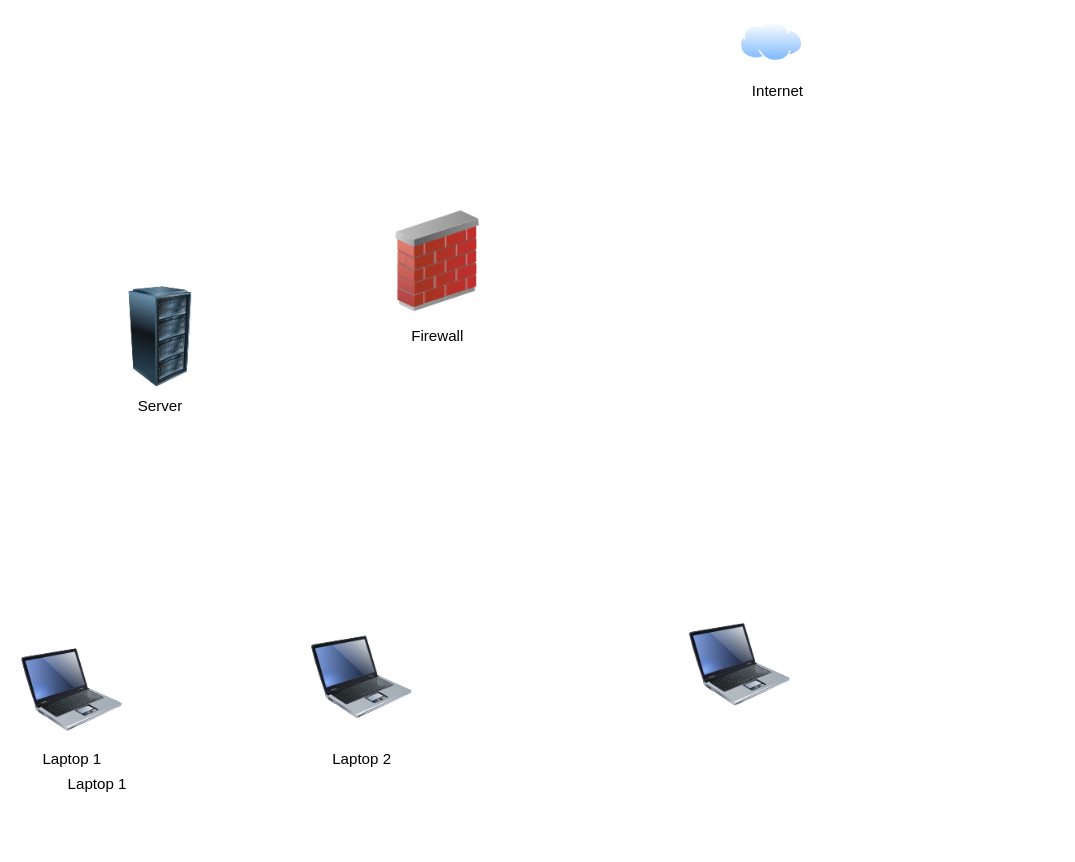
The draw.io diagram Untitled Diagram.drawio in emilycsm26/pages-gem, before the edit. Source tidied: cells renumbered, new cells numbered last; positions are measured from the earlier drawing's top-left corner, leaving out a move shared by most shapes. Both pictures are drawn from the tidied source at 126%, with x=0, y=0 at pixel (21, 21).
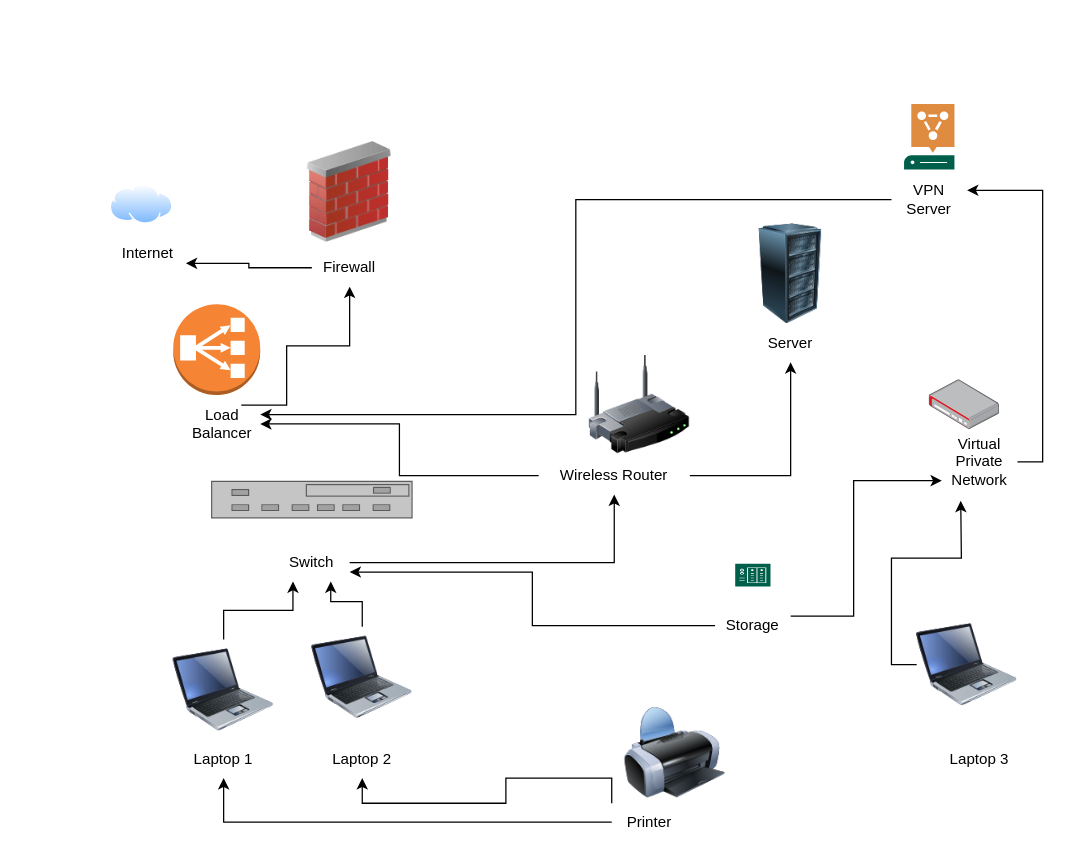
Above is the later version.

Commit message:
Update Network Diagram 12pm 20241028.drawio

Unchanged cells that the change refers to:
```xml
<mxCell id="3" style="image;html=1;image=img/lib/clip_art/computers/Laptop_128x128.png;" parent="1" vertex="1">
  <mxGeometry x="230" y="480" width="80" height="80" as="geometry" />
</mxCell>
<mxCell id="12" value="Laptop 2" style="text;strokeColor=none;align=center;fillColor=none;html=1;verticalAlign=middle;whiteSpace=wrap;rounded=0;" parent="1" vertex="1">
  <mxGeometry x="240" y="570" width="60" height="30" as="geometry" />
</mxCell>
```

Change to the diagram source:
```diff
@@
     <mxCell id="2" style="image;html=1;image=img/lib/clip_art/networking/Firewall_02_128x128.png;" parent="1" vertex="1">
-      <mxGeometry x="290" y="150" width="80" height="80" as="geometry" />
+      <mxGeometry x="220" y="95" width="80" height="80" as="geometry" />
     </mxCell>
+    <mxCell id="14" style="edgeStyle=orthogonalEdgeStyle;rounded=0;jettySize=auto;html=1;exitX=0.5;exitY=0;exitDx=0;exitDy=0;entryX=0.75;entryY=1;entryDx=0;entryDy=0;" parent="1" edge="1" source="3" target="24">
+      <mxGeometry relative="1" as="geometry" />
+    </mxCell>
@@
+    <mxCell id="15" style="edgeStyle=orthogonalEdgeStyle;rounded=0;jettySize=auto;html=1;exitX=0;exitY=0.5;exitDx=0;exitDy=0;" parent="1" edge="1" source="4">
+      <mxGeometry relative="1" as="geometry">
+        <mxPoint x="745" y="380" as="targetPoint" />
+      </mxGeometry>
+    </mxCell>
     <mxCell id="4" style="image;html=1;image=img/lib/clip_art/computers/Laptop_128x128.png;" parent="1" vertex="1">
-      <mxGeometry x="530" y="470" width="80" height="80" as="geometry" />
+      <mxGeometry x="710" y="470" width="80" height="80" as="geometry" />
     </mxCell>
+    <mxCell id="16" style="edgeStyle=orthogonalEdgeStyle;rounded=0;jettySize=auto;html=1;exitX=0.5;exitY=0;exitDx=0;exitDy=0;entryX=0.25;entryY=1;entryDx=0;entryDy=0;" parent="1" edge="1" source="5" target="24">
+      <mxGeometry relative="1" as="geometry" />
+    </mxCell>
     <mxCell id="5" style="image;html=1;image=img/lib/clip_art/computers/Laptop_128x128.png;" parent="1" vertex="1">
-      <mxGeometry y="490" width="80" height="80" as="geometry" />
+      <mxGeometry x="120" y="490" width="80" height="80" as="geometry" />
     </mxCell>
     <mxCell id="6" style="image;perimeter=ellipsePerimeter;html=1;align=center;shadow=0;dashed=0;spacingTop=3;image=img/lib/active_directory/internet_cloud.svg;" parent="1" vertex="1">
-      <mxGeometry x="570" width="50" height="31.5" as="geometry" />
+      <mxGeometry x="70" y="129" width="50" height="31.5" as="geometry" />
     </mxCell>
     <mxCell id="7" style="image;html=1;image=img/lib/clip_art/computers/Server_Rack_128x128.png;" parent="1" vertex="1">
-      <mxGeometry x="70" y="210" width="80" height="80" as="geometry" />
+      <mxGeometry x="570" y="160" width="80" height="80" as="geometry" />
     </mxCell>
     <mxCell id="8" value="Server" style="text;strokeColor=none;align=center;fillColor=none;html=1;verticalAlign=middle;whiteSpace=wrap;rounded=0;" parent="1" vertex="1">
-      <mxGeometry x="80" y="290" width="60" height="30" as="geometry" />
+      <mxGeometry x="580" y="240" width="60" height="30" as="geometry" />
     </mxCell>
     <mxCell id="9" value="Internet" style="text;strokeColor=none;align=center;fillColor=none;html=1;verticalAlign=middle;whiteSpace=wrap;rounded=0;" parent="1" vertex="1">
-      <mxGeometry x="570" y="40" width="60" height="30" as="geometry" />
+      <mxGeometry x="70" y="169" width="60" height="30" as="geometry" />
     </mxCell>
+    <mxCell id="17" style="edgeStyle=orthogonalEdgeStyle;rounded=0;jettySize=auto;html=1;exitX=0;exitY=0.5;exitDx=0;exitDy=0;entryX=1;entryY=0.75;entryDx=0;entryDy=0;" parent="1" edge="1" source="10" target="9">
+      <mxGeometry relative="1" as="geometry" />
+    </mxCell>
     <mxCell id="10" value="Firewall" style="text;strokeColor=none;align=center;fillColor=none;html=1;verticalAlign=middle;whiteSpace=wrap;rounded=0;" parent="1" vertex="1">
-      <mxGeometry x="300" y="235" width="60" height="30" as="geometry" />
+      <mxGeometry x="230" y="180" width="60" height="30" as="geometry" />
     </mxCell>
     <mxCell id="11" value="Laptop 1" style="text;strokeColor=none;align=center;fillColor=none;html=1;verticalAlign=middle;whiteSpace=wrap;rounded=0;" parent="1" vertex="1">
-      <mxGeometry x="10" y="570" width="60" height="30" as="geometry" />
+      <mxGeometry x="130" y="570" width="60" height="30" as="geometry" />
     </mxCell>
@@
-    <mxCell id="13" value="Laptop 1" style="text;strokeColor=none;align=center;fillColor=none;html=1;verticalAlign=middle;whiteSpace=wrap;rounded=0;" parent="1" vertex="1">
-      <mxGeometry x="30" y="590" width="60" height="30" as="geometry" />
+    <mxCell id="13" value="Laptop 3" style="text;strokeColor=none;align=center;fillColor=none;html=1;verticalAlign=middle;whiteSpace=wrap;rounded=0;" parent="1" vertex="1">
+      <mxGeometry x="730" y="570" width="60" height="30" as="geometry" />
     </mxCell>
+    <mxCell id="18" style="image;html=1;image=img/lib/clip_art/networking/Wireless_Router_128x128.png;" parent="1" vertex="1">
+      <mxGeometry x="450" y="263.8" width="80" height="80" as="geometry" />
+    </mxCell>
+    <mxCell id="19" style="edgeStyle=orthogonalEdgeStyle;rounded=0;jettySize=auto;html=1;exitX=0;exitY=0.5;exitDx=0;exitDy=0;entryX=1;entryY=0.5;entryDx=0;entryDy=0;" parent="1" edge="1" source="21" target="27">
+      <mxGeometry relative="1" as="geometry" />
+    </mxCell>
+    <mxCell id="20" style="edgeStyle=orthogonalEdgeStyle;rounded=0;jettySize=auto;html=1;exitX=1;exitY=0.5;exitDx=0;exitDy=0;entryX=0.5;entryY=1;entryDx=0;entryDy=0;" parent="1" edge="1" source="21" target="8">
+      <mxGeometry relative="1" as="geometry" />
+    </mxCell>
+    <mxCell id="21" value="Wireless Router" style="text;strokeColor=none;align=center;fillColor=none;html=1;verticalAlign=middle;whiteSpace=wrap;rounded=0;" parent="1" vertex="1">
+      <mxGeometry x="410" y="345" width="120" height="30" as="geometry" />
+    </mxCell>
+    <mxCell id="22" style="strokeColor=#666666;html=1;labelPosition=right;align=left;spacingLeft=15;shadow=0;dashed=0;shape=mxgraph.rack.general.switches_2;" parent="1" vertex="1">
+      <mxGeometry x="150" y="364" width="160" height="30" as="geometry" />
+    </mxCell>
+    <mxCell id="23" style="edgeStyle=orthogonalEdgeStyle;rounded=0;jettySize=auto;html=1;exitX=1;exitY=0.5;exitDx=0;exitDy=0;entryX=0.5;entryY=1;entryDx=0;entryDy=0;" parent="1" edge="1" source="24" target="21">
+      <mxGeometry relative="1" as="geometry" />
+    </mxCell>
+    <mxCell id="24" value="Switch" style="text;strokeColor=none;align=center;fillColor=none;html=1;verticalAlign=middle;whiteSpace=wrap;rounded=0;" parent="1" vertex="1">
+      <mxGeometry x="200" y="414" width="60" height="30" as="geometry" />
+    </mxCell>
+    <mxCell id="25" style="dashed=0;verticalLabelPosition=bottom;verticalAlign=top;align=center;html=1;shape=mxgraph.aws3.classic_load_balancer;fillColor=#F58534;gradientColor=none;" parent="1" vertex="1">
+      <mxGeometry x="120" y="224" width="69" height="72" as="geometry" />
+    </mxCell>
+    <mxCell id="26" style="edgeStyle=orthogonalEdgeStyle;rounded=0;jettySize=auto;html=1;exitX=0.75;exitY=0;exitDx=0;exitDy=0;entryX=0.5;entryY=1;entryDx=0;entryDy=0;" parent="1" edge="1" source="27" target="10">
+      <mxGeometry relative="1" as="geometry">
+        <Array as="points">
+          <mxPoint x="210" y="304" />
+          <mxPoint x="210" y="257" />
+          <mxPoint x="260" y="257" />
+        </Array>
+      </mxGeometry>
+    </mxCell>
+    <mxCell id="27" value="Load Balancer" style="text;strokeColor=none;align=center;fillColor=none;html=1;verticalAlign=middle;whiteSpace=wrap;rounded=0;" parent="1" vertex="1">
+      <mxGeometry x="129" y="304" width="60" height="30" as="geometry" />
+    </mxCell>
+    <mxCell id="28" style="sketch=0;shadow=0;dashed=0;html=1;strokeColor=none;fillColor=#005F4B;labelPosition=center;verticalLabelPosition=bottom;verticalAlign=top;align=center;shape=mxgraph.veeam2.nas;" parent="1" vertex="1">
+      <mxGeometry x="566" y="430" width="28" height="18" as="geometry" />
+    </mxCell>
+    <mxCell id="29" style="edgeStyle=orthogonalEdgeStyle;rounded=0;jettySize=auto;html=1;exitX=1;exitY=0.25;exitDx=0;exitDy=0;entryX=0;entryY=1;entryDx=0;entryDy=0;" parent="1" edge="1" source="31" target="34">
+      <mxGeometry relative="1" as="geometry">
+        <Array as="points">
+          <mxPoint x="660" y="472" />
+          <mxPoint x="660" y="364" />
+        </Array>
+      </mxGeometry>
+    </mxCell>
+    <mxCell id="30" style="edgeStyle=orthogonalEdgeStyle;rounded=0;jettySize=auto;html=1;exitX=0;exitY=0.5;exitDx=0;exitDy=0;entryX=1;entryY=0.75;entryDx=0;entryDy=0;" parent="1" edge="1" source="31" target="24">
+      <mxGeometry relative="1" as="geometry" />
+    </mxCell>
+    <mxCell id="31" value="Storage" style="text;strokeColor=none;align=center;fillColor=none;html=1;verticalAlign=middle;whiteSpace=wrap;rounded=0;" parent="1" vertex="1">
+      <mxGeometry x="550" y="464" width="60" height="30" as="geometry" />
+    </mxCell>
+    <mxCell id="32" style="image;html=1;align=center;shadow=0;dashed=0;image=img/lib/allied_telesis/security/Router_VPN.svg;" parent="1" vertex="1">
+      <mxGeometry x="720" y="284" width="55.8" height="39.6" as="geometry" />
+    </mxCell>
+    <mxCell id="33" style="edgeStyle=orthogonalEdgeStyle;rounded=0;jettySize=auto;html=1;exitX=1;exitY=0.5;exitDx=0;exitDy=0;entryX=1;entryY=0.25;entryDx=0;entryDy=0;" parent="1" edge="1" source="34" target="41">
+      <mxGeometry relative="1" as="geometry" />
+    </mxCell>
+    <mxCell id="34" value="Virtual Private Network" style="text;strokeColor=none;align=center;fillColor=none;html=1;verticalAlign=middle;whiteSpace=wrap;rounded=0;" parent="1" vertex="1">
+      <mxGeometry x="730" y="334" width="60" height="30" as="geometry" />
+    </mxCell>
+    <mxCell id="35" style="image;html=1;image=img/lib/clip_art/computers/Printer_128x128.png;" parent="1" vertex="1">
+      <mxGeometry x="478" y="540" width="80" height="80" as="geometry" />
+    </mxCell>
+    <mxCell id="36" style="edgeStyle=orthogonalEdgeStyle;rounded=0;jettySize=auto;html=1;exitX=0;exitY=0.5;exitDx=0;exitDy=0;entryX=0.5;entryY=1;entryDx=0;entryDy=0;" parent="1" edge="1" source="38" target="11">
+      <mxGeometry relative="1" as="geometry" />
+    </mxCell>
+    <mxCell id="37" style="edgeStyle=orthogonalEdgeStyle;rounded=0;jettySize=auto;html=1;exitX=0;exitY=0;exitDx=0;exitDy=0;entryX=0.5;entryY=1;entryDx=0;entryDy=0;" parent="1" edge="1" source="38" target="12">
+      <mxGeometry relative="1" as="geometry" />
+    </mxCell>
+    <mxCell id="38" value="Printer" style="text;strokeColor=none;align=center;fillColor=none;html=1;verticalAlign=middle;whiteSpace=wrap;rounded=0;" parent="1" vertex="1">
+      <mxGeometry x="468" y="620" width="60" height="30" as="geometry" />
+    </mxCell>
+    <mxCell id="39" style="sketch=0;shadow=0;dashed=0;html=1;strokeColor=none;fillColor=#005F4B;labelPosition=center;verticalLabelPosition=bottom;verticalAlign=top;align=center;shape=mxgraph.veeam2.vpn_server;" parent="1" vertex="1">
+      <mxGeometry x="700" y="65" width="40" height="52" as="geometry" />
+    </mxCell>
+    <mxCell id="40" style="edgeStyle=orthogonalEdgeStyle;rounded=0;jettySize=auto;html=1;exitX=0;exitY=0.5;exitDx=0;exitDy=0;entryX=1;entryY=0.25;entryDx=0;entryDy=0;" parent="1" edge="1" source="41" target="27">
+      <mxGeometry relative="1" as="geometry" />
+    </mxCell>
+    <mxCell id="41" value="VPN Server" style="text;strokeColor=none;align=center;fillColor=none;html=1;verticalAlign=middle;whiteSpace=wrap;rounded=0;" parent="1" vertex="1">
+      <mxGeometry x="690" y="126" width="60" height="30" as="geometry" />
+    </mxCell>
```
